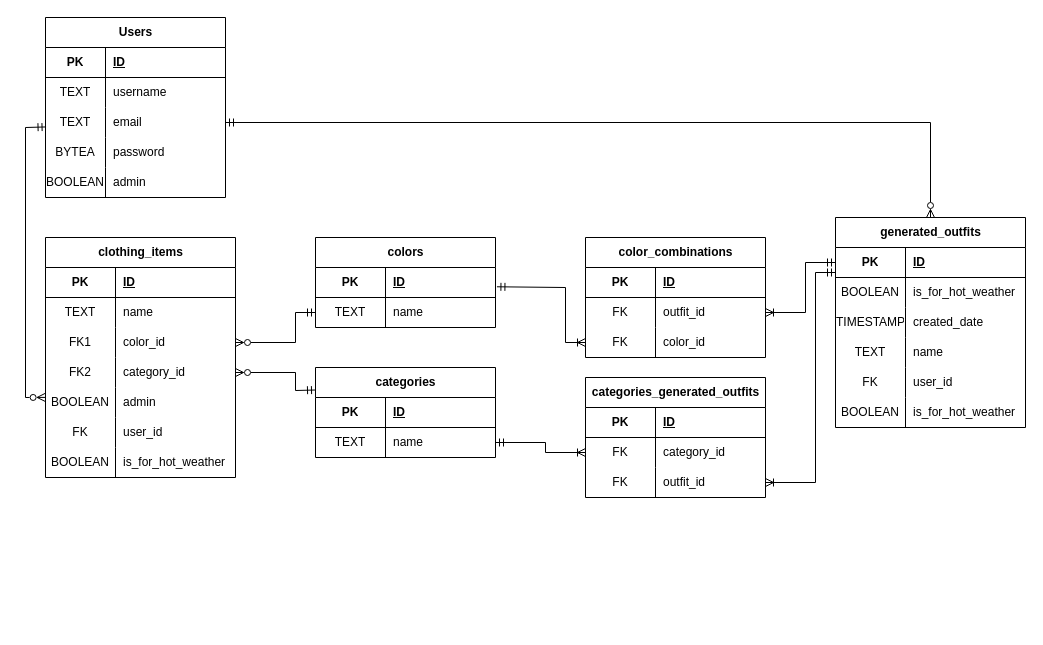
Before: resources/Modelo Relacional PDSDI Lucas Linhares 32187 Guilherme Sousa 32188.drawio in lucascompython/PDSDI-TP, a draw.io diagram. Source tidied: cells renumbered, new cells numbered last; positions are measured from the earlier drawing's top-left corner, leaving out a move shared by most shapes. Both pictures are drawn from the tidied source at 100%, with x=0, y=0 at pixel (25, 17).
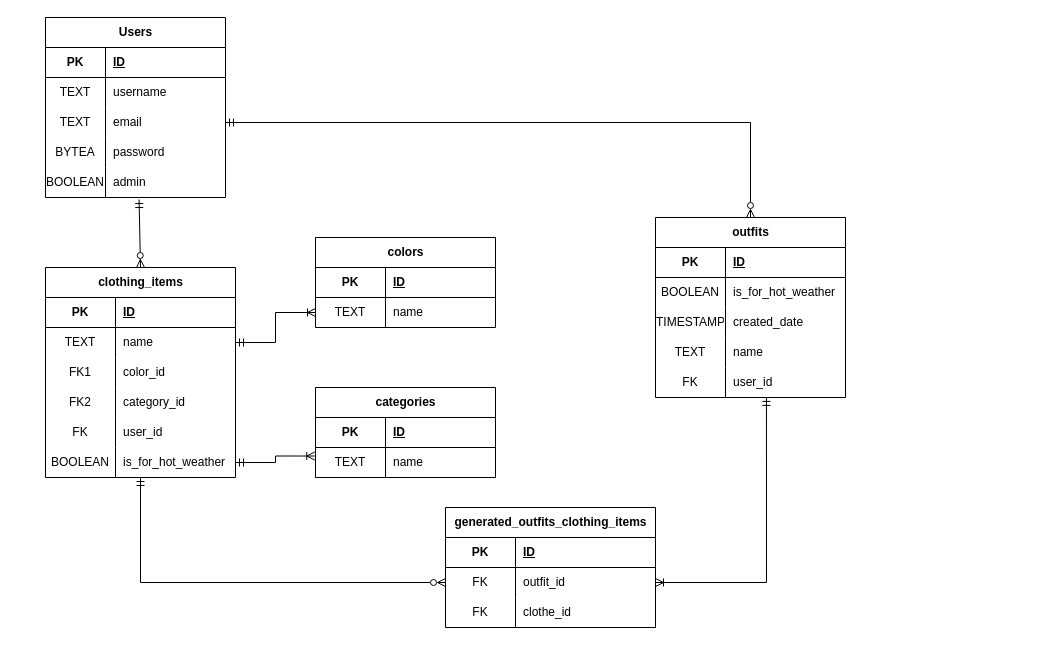
After the change.

Commit message (it also covers changes not shown here):
Add DB schema and update the relational model

Unchanged cells that the change refers to:
```xml
<mxCell id="9" style="shape=tableRow;horizontal=0;startSize=0;swimlaneHead=0;swimlaneBody=0;fillColor=none;points=[[0,0.5],[1,0.5]];portConstraint=eastwest;top=0;left=0;right=0;bottom=0;" parent="2" vertex="1">
  <mxGeometry y="90" width="180" height="30" as="geometry" />
</mxCell>
<mxCell id="15" style="shape=tableRow;horizontal=0;startSize=0;swimlaneHead=0;swimlaneBody=0;fillColor=none;points=[[0,0.5],[1,0.5]];portConstraint=eastwest;top=0;left=0;right=0;bottom=0;" parent="2" vertex="1">
  <mxGeometry y="150" width="180" height="30" as="geometry" />
</mxCell>
<mxCell id="22" style="shape=tableRow;horizontal=0;startSize=0;swimlaneHead=0;swimlaneBody=0;fillColor=none;points=[[0,0.5],[1,0.5]];portConstraint=eastwest;top=0;left=0;right=0;bottom=0;" parent="18" vertex="1">
  <mxGeometry y="60" width="190" height="30" as="geometry" />
</mxCell>
<mxCell id="25" style="shape=tableRow;horizontal=0;startSize=0;swimlaneHead=0;swimlaneBody=0;fillColor=none;points=[[0,0.5],[1,0.5]];portConstraint=eastwest;top=0;left=0;right=0;bottom=0;" parent="18" vertex="1">
  <mxGeometry y="90" width="190" height="30" as="geometry" />
</mxCell>
<mxCell id="28" style="shape=tableRow;horizontal=0;startSize=0;swimlaneHead=0;swimlaneBody=0;fillColor=none;points=[[0,0.5],[1,0.5]];portConstraint=eastwest;top=0;left=0;right=0;bottom=0;" parent="18" vertex="1">
  <mxGeometry y="120" width="190" height="30" as="geometry" />
</mxCell>
<mxCell id="41" style="shape=tableRow;horizontal=0;startSize=0;swimlaneHead=0;swimlaneBody=0;fillColor=none;points=[[0,0.5],[1,0.5]];portConstraint=eastwest;top=0;left=0;right=0;bottom=1;" parent="40" vertex="1">
  <mxGeometry y="30" width="180" height="30" as="geometry" />
</mxCell>
<mxCell id="44" style="shape=tableRow;horizontal=0;startSize=0;swimlaneHead=0;swimlaneBody=0;fillColor=none;points=[[0,0.5],[1,0.5]];portConstraint=eastwest;top=0;left=0;right=0;bottom=0;" parent="40" vertex="1">
  <mxGeometry y="60" width="180" height="30" as="geometry" />
</mxCell>
<mxCell id="53" style="shape=tableRow;horizontal=0;startSize=0;swimlaneHead=0;swimlaneBody=0;fillColor=none;points=[[0,0.5],[1,0.5]];portConstraint=eastwest;top=0;left=0;right=0;bottom=0;" parent="49" vertex="1">
  <mxGeometry y="60" width="180" height="30" as="geometry" />
</mxCell>
<mxCell id="58" style="shape=tableRow;horizontal=0;startSize=0;swimlaneHead=0;swimlaneBody=0;fillColor=none;points=[[0,0.5],[1,0.5]];portConstraint=eastwest;top=0;left=0;right=0;bottom=1;" parent="57" vertex="1">
  <mxGeometry y="30" width="190" height="30" as="geometry" />
</mxCell>
<mxCell id="70" style="shape=tableRow;horizontal=0;startSize=0;swimlaneHead=0;swimlaneBody=0;fillColor=none;points=[[0,0.5],[1,0.5]];portConstraint=eastwest;top=0;left=0;right=0;bottom=0;" parent="57" vertex="1">
  <mxGeometry y="150" width="190" height="30" as="geometry" />
</mxCell>
```

What changed in the source:
```diff
@@
     <mxCell id="18" value="clothing_items" style="shape=table;startSize=30;childLayout=tableLayout;rowLines=0;fontStyle=1;align=center;html=1;" parent="1" vertex="1">
-      <mxGeometry x="20" y="220" width="190" height="240" as="geometry" />
+      <mxGeometry x="20" y="250" width="190" height="210" as="geometry" />
     </mxCell>
@@
-    <mxCell id="31" style="shape=tableRow;horizontal=0;startSize=0;swimlaneHead=0;swimlaneBody=0;fillColor=none;points=[[0,0.5],[1,0.5]];portConstraint=eastwest;top=0;left=0;right=0;bottom=0;" parent="18" vertex="1">
-      <mxGeometry y="150" width="190" height="30" as="geometry" />
-    </mxCell>
-    <mxCell id="32" value="BOOLEAN" style="shape=partialRectangle;fillColor=none;top=0;left=0;bottom=0;right=0;overflow=hidden;whiteSpace=wrap;html=1;" parent="31" vertex="1">
-      <mxGeometry width="70" height="30" as="geometry" />
-    </mxCell>
-    <mxCell id="33" value="admin" style="shape=partialRectangle;fillColor=none;top=0;left=0;bottom=0;right=0;align=left;spacingLeft=6;overflow=hidden;whiteSpace=wrap;html=1;" parent="31" vertex="1">
-      <mxGeometry x="70" width="120" height="30" as="geometry" />
-    </mxCell>
     <mxCell id="34" style="shape=tableRow;horizontal=0;startSize=0;swimlaneHead=0;swimlaneBody=0;fillColor=none;top=0;left=0;right=0;bottom=0;" parent="18" vertex="1">
-      <mxGeometry y="180" width="190" height="30" as="geometry" />
+      <mxGeometry y="150" width="190" height="30" as="geometry" />
     </mxCell>
@@
     <mxCell id="37" style="shape=tableRow;horizontal=0;startSize=0;swimlaneHead=0;swimlaneBody=0;fillColor=none;points=[[0,0.5],[1,0.5]];portConstraint=eastwest;top=0;left=0;right=0;bottom=0;" parent="18" vertex="1">
-      <mxGeometry y="210" width="190" height="30" as="geometry" />
+      <mxGeometry y="180" width="190" height="30" as="geometry" />
     </mxCell>
@@
-    <mxCell id="47" style="endArrow=ERmandOne;html=1;rounded=0;exitX=1;exitY=0.5;exitDx=0;exitDy=0;entryX=0;entryY=0.5;entryDx=0;entryDy=0;endFill=0;startArrow=ERzeroToMany;startFill=0;" parent="1" edge="1" source="25" target="44">
-      <mxGeometry relative="1" as="geometry">
-        <Array as="points">
-          <mxPoint x="270" y="325" />
-          <mxPoint x="270" y="295" />
-        </Array>
-      </mxGeometry>
-    </mxCell>
-    <mxCell id="48" style="endArrow=ERmandOne;html=1;rounded=0;entryX=0.003;entryY=0.648;entryDx=0;entryDy=0;exitX=-0.002;exitY=0.33;exitDx=0;exitDy=0;entryPerimeter=0;exitPerimeter=0;endFill=0;startArrow=ERzeroToMany;startFill=0;" parent="1" edge="1" source="31" target="9">
-      <mxGeometry relative="1" as="geometry">
-        <Array as="points">
-          <mxPoint y="380" />
-          <mxPoint y="110" />
-        </Array>
-      </mxGeometry>
-    </mxCell>
     <mxCell id="49" value="categories" style="shape=table;startSize=30;childLayout=tableLayout;rowLines=0;fontStyle=1;align=center;html=1;" parent="1" vertex="1">
-      <mxGeometry x="290" y="350" width="180" height="90" as="geometry" />
+      <mxGeometry x="290" y="370" width="180" height="90" as="geometry" />
     </mxCell>
@@
-    <mxCell id="56" style="endArrow=ERmandOne;html=1;rounded=0;exitX=1;exitY=0.5;exitDx=0;exitDy=0;entryX=0;entryY=0.25;entryDx=0;entryDy=0;endFill=0;startArrow=ERzeroToMany;startFill=0;" parent="1" edge="1" source="28" target="49">
-      <mxGeometry relative="1" as="geometry">
-        <Array as="points">
-          <mxPoint x="270" y="355" />
-          <mxPoint x="270" y="373" />
-        </Array>
-      </mxGeometry>
-    </mxCell>
-    <mxCell id="57" value="generated_outfits" style="shape=table;startSize=30;childLayout=tableLayout;rowLines=0;fontStyle=1;align=center;html=1;" parent="1" vertex="1">
-      <mxGeometry x="810" y="200" width="190" height="210" as="geometry" />
+    <mxCell id="57" value="&lt;div&gt;outfits&lt;/div&gt;" style="shape=table;startSize=30;childLayout=tableLayout;rowLines=0;fontStyle=1;align=center;html=1;" parent="1" vertex="1">
+      <mxGeometry x="630" y="200" width="190" height="180" as="geometry" />
     </mxCell>
@@
-    <mxCell id="73" style="shape=tableRow;horizontal=0;startSize=0;swimlaneHead=0;swimlaneBody=0;fillColor=none;top=0;left=0;right=0;bottom=0;" parent="57" vertex="1">
-      <mxGeometry y="180" width="190" height="30" as="geometry" />
-    </mxCell>
-    <mxCell id="74" value="BOOLEAN" style="shape=partialRectangle;fillColor=none;top=0;left=0;bottom=0;right=0;overflow=hidden;whiteSpace=wrap;html=1;" parent="73" vertex="1">
-      <mxGeometry width="70" height="30" as="geometry" />
-    </mxCell>
-    <mxCell id="75" value="is_for_hot_weather" style="shape=partialRectangle;fillColor=none;top=0;left=0;bottom=0;right=0;align=left;spacingLeft=6;overflow=hidden;whiteSpace=wrap;html=1;" parent="73" vertex="1">
-      <mxGeometry x="70" width="120" height="30" as="geometry" />
-    </mxCell>
-    <mxCell id="76" value="color_combinations" style="shape=table;startSize=30;childLayout=tableLayout;rowLines=0;fontStyle=1;align=center;html=1;" parent="1" vertex="1">
-      <mxGeometry x="560" y="220" width="180" height="120" as="geometry" />
-    </mxCell>
-    <mxCell id="77" style="shape=tableRow;horizontal=0;startSize=0;swimlaneHead=0;swimlaneBody=0;fillColor=none;top=0;left=0;right=0;bottom=1;" parent="76" vertex="1">
-      <mxGeometry y="30" width="180" height="30" as="geometry" />
-    </mxCell>
-    <mxCell id="78" value="PK" style="shape=partialRectangle;fillColor=none;top=0;left=0;bottom=0;right=0;fontStyle=1;overflow=hidden;whiteSpace=wrap;html=1;" parent="77" vertex="1">
-      <mxGeometry width="70" height="30" as="geometry" />
-    </mxCell>
-    <mxCell id="79" value="ID" style="shape=partialRectangle;fillColor=none;top=0;left=0;bottom=0;right=0;align=left;spacingLeft=6;fontStyle=5;overflow=hidden;whiteSpace=wrap;html=1;" parent="77" vertex="1">
-      <mxGeometry x="70" width="110" height="30" as="geometry" />
-    </mxCell>
-    <mxCell id="80" style="shape=tableRow;horizontal=0;startSize=0;swimlaneHead=0;swimlaneBody=0;fillColor=none;points=[[0,0.5],[1,0.5]];portConstraint=eastwest;top=0;left=0;right=0;bottom=0;" parent="76" vertex="1">
-      <mxGeometry y="60" width="180" height="30" as="geometry" />
-    </mxCell>
-    <mxCell id="81" value="FK" style="shape=partialRectangle;fillColor=none;top=0;left=0;bottom=0;right=0;overflow=hidden;whiteSpace=wrap;html=1;" parent="80" vertex="1">
-      <mxGeometry width="70" height="30" as="geometry" />
-    </mxCell>
-    <mxCell id="82" value="outfit_id" style="shape=partialRectangle;fillColor=none;top=0;left=0;bottom=0;right=0;align=left;spacingLeft=6;overflow=hidden;whiteSpace=wrap;html=1;" parent="80" vertex="1">
-      <mxGeometry x="70" width="110" height="30" as="geometry" />
-    </mxCell>
-    <mxCell id="83" style="shape=tableRow;horizontal=0;startSize=0;swimlaneHead=0;swimlaneBody=0;fillColor=none;points=[[0,0.5],[1,0.5]];portConstraint=eastwest;top=0;left=0;right=0;bottom=0;" parent="76" vertex="1">
-      <mxGeometry y="90" width="180" height="30" as="geometry" />
-    </mxCell>
-    <mxCell id="84" value="FK" style="shape=partialRectangle;fillColor=none;top=0;left=0;bottom=0;right=0;overflow=hidden;whiteSpace=wrap;html=1;" parent="83" vertex="1">
-      <mxGeometry width="70" height="30" as="geometry" />
-    </mxCell>
-    <mxCell id="85" value="color_id" style="shape=partialRectangle;fillColor=none;top=0;left=0;bottom=0;right=0;align=left;spacingLeft=6;overflow=hidden;whiteSpace=wrap;html=1;" parent="83" vertex="1">
-      <mxGeometry x="70" width="110" height="30" as="geometry" />
-    </mxCell>
-    <mxCell id="86" style="endArrow=ERoneToMany;html=1;rounded=0;exitX=1.008;exitY=0.643;exitDx=0;exitDy=0;exitPerimeter=0;entryX=0;entryY=0.5;entryDx=0;entryDy=0;startArrow=ERmandOne;startFill=0;endFill=0;" parent="1" edge="1" source="41" target="83">
-      <mxGeometry relative="1" as="geometry">
-        <Array as="points">
-          <mxPoint x="540" y="270" />
-          <mxPoint x="540" y="325" />
-        </Array>
-      </mxGeometry>
-    </mxCell>
-    <mxCell id="87" style="endArrow=ERmandOne;html=1;rounded=0;exitX=1;exitY=0.5;exitDx=0;exitDy=0;entryX=0;entryY=0.5;entryDx=0;entryDy=0;startArrow=ERoneToMany;startFill=0;endFill=0;" parent="1" edge="1" source="80" target="58">
-      <mxGeometry relative="1" as="geometry">
-        <Array as="points">
-          <mxPoint x="780" y="295" />
-          <mxPoint x="780" y="245" />
-        </Array>
-      </mxGeometry>
-    </mxCell>
-    <mxCell id="88" value="categories_generated_outfits" style="shape=table;startSize=30;childLayout=tableLayout;rowLines=0;fontStyle=1;align=center;html=1;" parent="1" vertex="1">
-      <mxGeometry x="560" y="360" width="180" height="120" as="geometry" />
-    </mxCell>
-    <mxCell id="89" style="shape=tableRow;horizontal=0;startSize=0;swimlaneHead=0;swimlaneBody=0;fillColor=none;top=0;left=0;right=0;bottom=1;" parent="88" vertex="1">
-      <mxGeometry y="30" width="180" height="30" as="geometry" />
-    </mxCell>
-    <mxCell id="90" value="PK" style="shape=partialRectangle;fillColor=none;top=0;left=0;bottom=0;right=0;fontStyle=1;overflow=hidden;whiteSpace=wrap;html=1;" parent="89" vertex="1">
-      <mxGeometry width="70" height="30" as="geometry" />
-    </mxCell>
-    <mxCell id="91" value="ID" style="shape=partialRectangle;fillColor=none;top=0;left=0;bottom=0;right=0;align=left;spacingLeft=6;fontStyle=5;overflow=hidden;whiteSpace=wrap;html=1;" parent="89" vertex="1">
-      <mxGeometry x="70" width="110" height="30" as="geometry" />
-    </mxCell>
-    <mxCell id="92" style="shape=tableRow;horizontal=0;startSize=0;swimlaneHead=0;swimlaneBody=0;fillColor=none;points=[[0,0.5],[1,0.5]];portConstraint=eastwest;top=0;left=0;right=0;bottom=0;" parent="88" vertex="1">
-      <mxGeometry y="60" width="180" height="30" as="geometry" />
-    </mxCell>
-    <mxCell id="93" value="FK" style="shape=partialRectangle;fillColor=none;top=0;left=0;bottom=0;right=0;overflow=hidden;whiteSpace=wrap;html=1;" parent="92" vertex="1">
-      <mxGeometry width="70" height="30" as="geometry" />
-    </mxCell>
-    <mxCell id="94" value="category_id" style="shape=partialRectangle;fillColor=none;top=0;left=0;bottom=0;right=0;align=left;spacingLeft=6;overflow=hidden;whiteSpace=wrap;html=1;" parent="92" vertex="1">
-      <mxGeometry x="70" width="110" height="30" as="geometry" />
-    </mxCell>
-    <mxCell id="95" style="shape=tableRow;horizontal=0;startSize=0;swimlaneHead=0;swimlaneBody=0;fillColor=none;points=[[0,0.5],[1,0.5]];portConstraint=eastwest;top=0;left=0;right=0;bottom=0;" parent="88" vertex="1">
-      <mxGeometry y="90" width="180" height="30" as="geometry" />
-    </mxCell>
-    <mxCell id="96" value="FK" style="shape=partialRectangle;fillColor=none;top=0;left=0;bottom=0;right=0;overflow=hidden;whiteSpace=wrap;html=1;" parent="95" vertex="1">
-      <mxGeometry width="70" height="30" as="geometry" />
-    </mxCell>
-    <mxCell id="97" value="outfit_id" style="shape=partialRectangle;fillColor=none;top=0;left=0;bottom=0;right=0;align=left;spacingLeft=6;overflow=hidden;whiteSpace=wrap;html=1;" parent="95" vertex="1">
-      <mxGeometry x="70" width="110" height="30" as="geometry" />
-    </mxCell>
-    <mxCell id="98" style="endArrow=ERoneToMany;html=1;rounded=0;exitX=1;exitY=0.5;exitDx=0;exitDy=0;entryX=0;entryY=0.5;entryDx=0;entryDy=0;startArrow=ERmandOne;startFill=0;endFill=0;" parent="1" edge="1" source="53" target="92">
-      <mxGeometry relative="1" as="geometry">
-        <Array as="points">
-          <mxPoint x="520" y="425" />
-          <mxPoint x="520" y="435" />
-        </Array>
-      </mxGeometry>
-    </mxCell>
-    <mxCell id="99" style="endArrow=ERmandOne;html=1;rounded=0;exitX=1;exitY=0.5;exitDx=0;exitDy=0;startArrow=ERoneToMany;startFill=0;endFill=0;" parent="1" edge="1" source="95">
-      <mxGeometry relative="1" as="geometry">
-        <mxPoint x="810" y="255" as="targetPoint" />
-        <Array as="points">
-          <mxPoint x="790" y="465" />
-          <mxPoint x="790" y="255" />
-        </Array>
-      </mxGeometry>
-    </mxCell>
@@
+    <mxCell id="101" value="&lt;div&gt;generated_outfits_clothing_items&lt;/div&gt;" style="shape=table;startSize=30;childLayout=tableLayout;rowLines=0;fontStyle=1;align=center;html=1;" parent="1" vertex="1">
+      <mxGeometry x="420" y="490" width="210" height="120" as="geometry" />
+    </mxCell>
+    <mxCell id="102" style="shape=tableRow;horizontal=0;startSize=0;swimlaneHead=0;swimlaneBody=0;fillColor=none;top=0;left=0;right=0;bottom=1;" parent="101" vertex="1">
+      <mxGeometry y="30" width="210" height="30" as="geometry" />
+    </mxCell>
+    <mxCell id="103" value="PK" style="shape=partialRectangle;fillColor=none;top=0;left=0;bottom=0;right=0;fontStyle=1;overflow=hidden;whiteSpace=wrap;html=1;" parent="102" vertex="1">
+      <mxGeometry width="70" height="30" as="geometry" />
+    </mxCell>
+    <mxCell id="104" value="ID" style="shape=partialRectangle;fillColor=none;top=0;left=0;bottom=0;right=0;align=left;spacingLeft=6;fontStyle=5;overflow=hidden;whiteSpace=wrap;html=1;" parent="102" vertex="1">
+      <mxGeometry x="70" width="140" height="30" as="geometry" />
+    </mxCell>
+    <mxCell id="105" style="shape=tableRow;horizontal=0;startSize=0;swimlaneHead=0;swimlaneBody=0;fillColor=none;points=[[0,0.5],[1,0.5]];portConstraint=eastwest;top=0;left=0;right=0;bottom=0;" parent="101" vertex="1">
+      <mxGeometry y="60" width="210" height="30" as="geometry" />
+    </mxCell>
+    <mxCell id="106" value="FK" style="shape=partialRectangle;fillColor=none;top=0;left=0;bottom=0;right=0;overflow=hidden;whiteSpace=wrap;html=1;" parent="105" vertex="1">
+      <mxGeometry width="70" height="30" as="geometry" />
+    </mxCell>
+    <mxCell id="107" value="outfit_id" style="shape=partialRectangle;fillColor=none;top=0;left=0;bottom=0;right=0;align=left;spacingLeft=6;overflow=hidden;whiteSpace=wrap;html=1;" parent="105" vertex="1">
+      <mxGeometry x="70" width="140" height="30" as="geometry" />
+    </mxCell>
+    <mxCell id="108" style="shape=tableRow;horizontal=0;startSize=0;swimlaneHead=0;swimlaneBody=0;fillColor=none;top=0;left=0;right=0;bottom=0;" parent="101" vertex="1">
+      <mxGeometry y="90" width="210" height="30" as="geometry" />
+    </mxCell>
+    <mxCell id="109" value="FK" style="shape=partialRectangle;fillColor=none;top=0;left=0;bottom=0;right=0;overflow=hidden;whiteSpace=wrap;html=1;" parent="108" vertex="1">
+      <mxGeometry width="70" height="30" as="geometry" />
+    </mxCell>
+    <mxCell id="110" value="&lt;div&gt;clothe_id&lt;/div&gt;" style="shape=partialRectangle;fillColor=none;top=0;left=0;bottom=0;right=0;align=left;spacingLeft=6;overflow=hidden;whiteSpace=wrap;html=1;" parent="108" vertex="1">
+      <mxGeometry x="70" width="140" height="30" as="geometry" />
+    </mxCell>
+    <mxCell id="111" style="endArrow=ERmandOne;html=1;rounded=0;exitX=0;exitY=0.5;exitDx=0;exitDy=0;entryX=0.5;entryY=1;entryDx=0;entryDy=0;startArrow=ERzeroToMany;startFill=0;endFill=0;" parent="1" edge="1" source="105" target="18">
+      <mxGeometry relative="1" as="geometry">
+        <Array as="points">
+          <mxPoint x="115" y="565" />
+        </Array>
+      </mxGeometry>
+    </mxCell>
+    <mxCell id="112" style="endArrow=ERmandOne;html=1;rounded=0;entryX=0.52;entryY=1.067;entryDx=0;entryDy=0;entryPerimeter=0;exitX=0.5;exitY=0;exitDx=0;exitDy=0;startArrow=ERzeroToMany;startFill=0;endFill=0;" parent="1" edge="1" source="18" target="15">
+      <mxGeometry relative="1" as="geometry" />
+    </mxCell>
+    <mxCell id="113" style="endArrow=ERoneToMany;html=1;rounded=0;edgeStyle=orthogonalEdgeStyle;exitX=1;exitY=0.5;exitDx=0;exitDy=0;entryX=0;entryY=0.5;entryDx=0;entryDy=0;startArrow=ERmandOne;startFill=0;endFill=0;" parent="1" edge="1" source="22" target="44">
+      <mxGeometry relative="1" as="geometry" />
+    </mxCell>
+    <mxCell id="114" style="endArrow=ERoneToMany;html=1;rounded=0;edgeStyle=orthogonalEdgeStyle;exitX=1;exitY=0.5;exitDx=0;exitDy=0;entryX=-0.004;entryY=0.284;entryDx=0;entryDy=0;startArrow=ERmandOne;startFill=0;endFill=0;entryPerimeter=0;" parent="1" edge="1" source="37" target="53">
+      <mxGeometry relative="1" as="geometry" />
+    </mxCell>
+    <mxCell id="115" style="endArrow=ERmandOne;html=1;rounded=0;exitX=1;exitY=0.5;exitDx=0;exitDy=0;edgeStyle=orthogonalEdgeStyle;entryX=0.584;entryY=0.997;entryDx=0;entryDy=0;entryPerimeter=0;startArrow=ERoneToMany;startFill=0;endFill=0;" parent="1" edge="1" source="105" target="70">
+      <mxGeometry relative="1" as="geometry" />
+    </mxCell>
```
